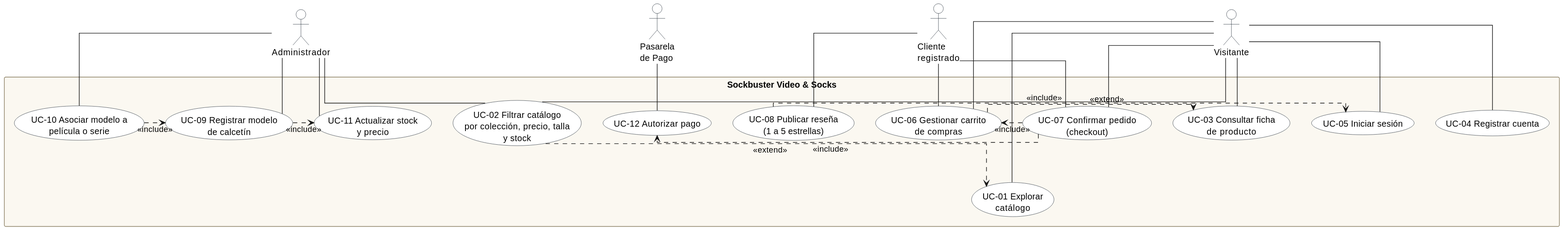
Kirytho/sockbuster keeps this PlantUML diagram as uml/diagramas/08-escenarios-casos-de-uso.svg. Above is the earlier version. The source it was exported from:
```plantuml
@startuml
skinparam shadowing false
skinparam linetype ortho
skinparam actor {
  BorderColor #1D2733
  BackgroundColor #FFFFFF
}
skinparam usecase {
  BorderColor #1D2733
  BackgroundColor #FFFFFF
}
skinparam rectangle {
  BackgroundColor #FBF8F1
  BorderColor #8A7F63
}

actor "Visitante" as Visitante
actor "Cliente\nregistrado" as Cliente
actor "Administrador" as Admin
actor "Pasarela\nde Pago" as Pago

rectangle "Sockbuster Video & Socks" as Sistema {

  usecase "UC-01 Explorar\ncatálogo" as UC01
  usecase "UC-02 Filtrar catálogo\npor colección, precio, talla\ny stock" as UC02
  usecase "UC-03 Consultar ficha\nde producto" as UC03
  usecase "UC-04 Registrar cuenta" as UC04
  usecase "UC-05 Iniciar sesión" as UC05
  usecase "UC-06 Gestionar carrito\nde compras" as UC06
  usecase "UC-07 Confirmar pedido\n(checkout)" as UC07
  usecase "UC-08 Publicar reseña\n(1 a 5 estrellas)" as UC08
  usecase "UC-09 Registrar modelo\nde calcetín" as UC09
  usecase "UC-10 Asociar modelo a\npelícula o serie" as UC10
  usecase "UC-11 Actualizar stock\ny precio" as UC11
  usecase "UC-12 Autorizar pago" as UC12
}

Visitante -- UC01
Visitante -- UC02
Visitante -- UC03
Visitante -- UC04
Visitante -- UC05
Visitante -- UC06
Visitante -- UC07

Cliente -- UC06
Cliente -- UC07
Cliente -- UC08

Admin -- UC02
Admin -- UC09
Admin -- UC10
Admin -- UC11

Pago -- UC12

UC02 ..> UC01 : <<extend>>
UC06 .> UC03 : <<extend>>
UC07 .> UC06 : <<include>>
UC07 .> UC12 : <<include>>
UC08 .> UC05 : <<include>>
UC09 .> UC11 : <<include>>
UC10 .> UC09 : <<include>>
@enduml
```
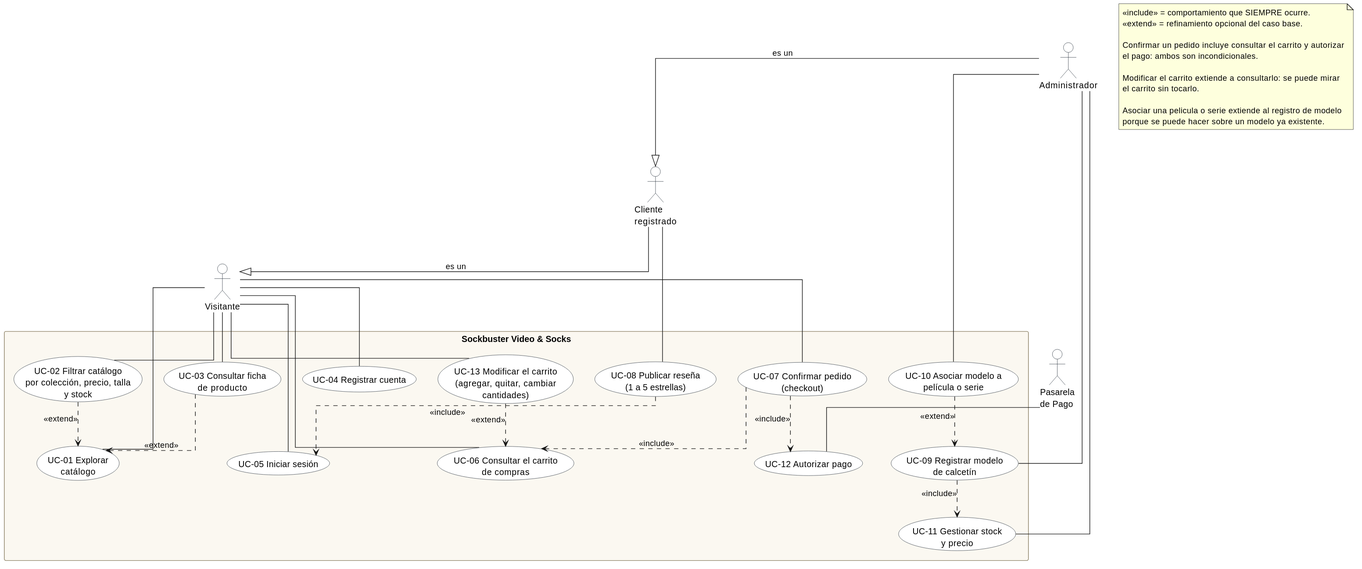
Above is the later version.

Commit message:
fix(uml): corregir semantica de casos de uso y navegar vistas del 4+1

Diff of the diagram source:
```diff
@@ -26,13 +26,14 @@
   usecase "UC-03 Consultar ficha\nde producto" as UC03
   usecase "UC-04 Registrar cuenta" as UC04
   usecase "UC-05 Iniciar sesión" as UC05
-  usecase "UC-06 Gestionar carrito\nde compras" as UC06
+  usecase "UC-06 Consultar el carrito\nde compras" as UC06
   usecase "UC-07 Confirmar pedido\n(checkout)" as UC07
   usecase "UC-08 Publicar reseña\n(1 a 5 estrellas)" as UC08
   usecase "UC-09 Registrar modelo\nde calcetín" as UC09
   usecase "UC-10 Asociar modelo a\npelícula o serie" as UC10
-  usecase "UC-11 Actualizar stock\ny precio" as UC11
+  usecase "UC-11 Gestionar stock\ny precio" as UC11
   usecase "UC-12 Autorizar pago" as UC12
+  usecase "UC-13 Modificar el carrito\n(agregar, quitar, cambiar\ncantidades)" as UC13
 }
 
 Visitante -- UC01
@@ -42,12 +43,12 @@
 Visitante -- UC05
 Visitante -- UC06
 Visitante -- UC07
+Visitante -- UC13
 
-Cliente -- UC06
-Cliente -- UC07
+Cliente --|> Visitante : es un
 Cliente -- UC08
 
-Admin -- UC02
+Admin --|> Cliente : es un
 Admin -- UC09
 Admin -- UC10
 Admin -- UC11
@@ -55,10 +56,30 @@
 Pago -- UC12
 
 UC02 ..> UC01 : <<extend>>
-UC06 .> UC03 : <<extend>>
-UC07 .> UC06 : <<include>>
-UC07 .> UC12 : <<include>>
-UC08 .> UC05 : <<include>>
-UC09 .> UC11 : <<include>>
-UC10 .> UC09 : <<include>>
+UC03 ..> UC01 : <<extend>>
+
+UC07 ..> UC06 : <<include>>
+UC07 ..> UC12 : <<include>>
+
+UC13 ..> UC06 : <<extend>>
+
+UC08 ..> UC05 : <<include>>
+
+UC09 ..> UC11 : <<include>>
+
+UC10 ..> UC09 : <<extend>>
+
+note as NotaRelaciones
+  «include» = comportamiento que SIEMPRE ocurre.
+  «extend» = refinamiento opcional del caso base.
+
+  Confirmar un pedido incluye consultar el carrito y autorizar
+  el pago: ambos son incondicionales.
+
+  Modificar el carrito extiende a consultarlo: se puede mirar
+  el carrito sin tocarlo.
+
+  Asociar una pelicula o serie extiende al registro de modelo
+  porque se puede hacer sobre un modelo ya existente.
+end note
 @enduml
```
